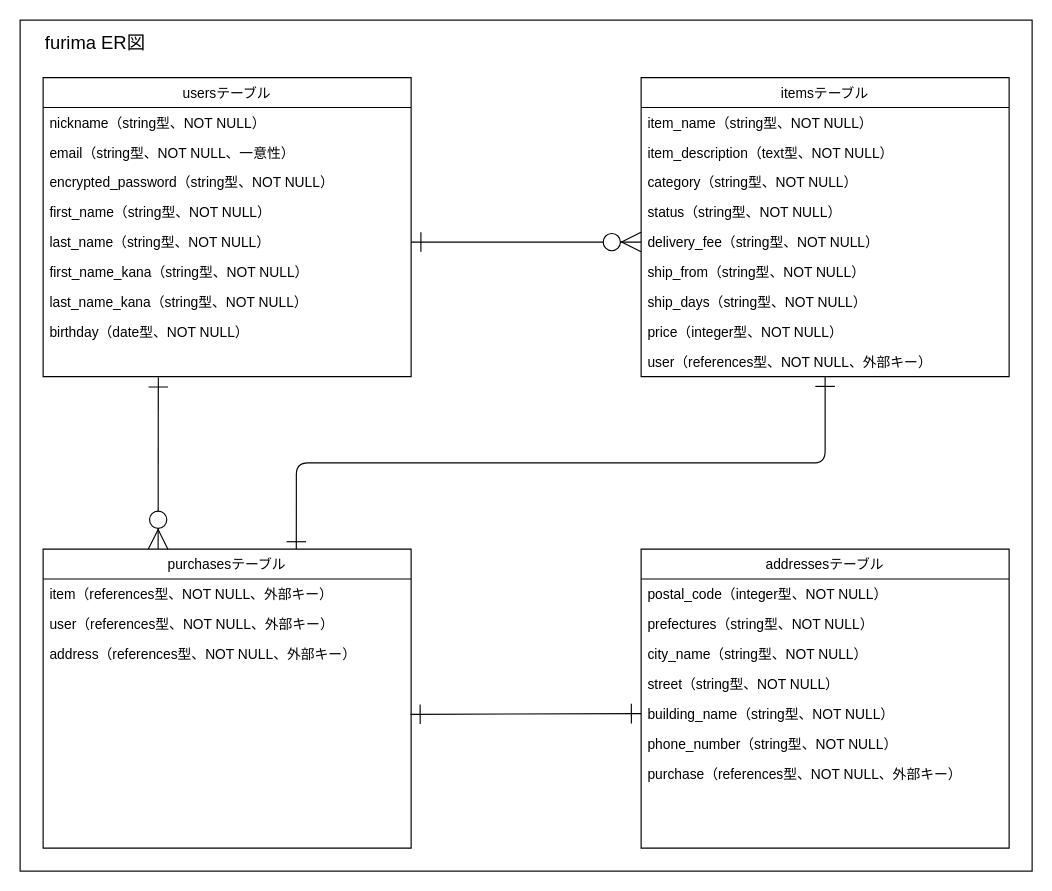
kazukiwada01/furima-37032 keeps this draw.io diagram as ER.drawio. Above is the earlier version. Source tidied: cells renumbered, new cells numbered last; positions are measured from the earlier drawing's top-left corner, leaving out a move shared by most shapes. Both pictures are drawn from the tidied source at 115%, with x=0, y=0 at pixel (20, 20).
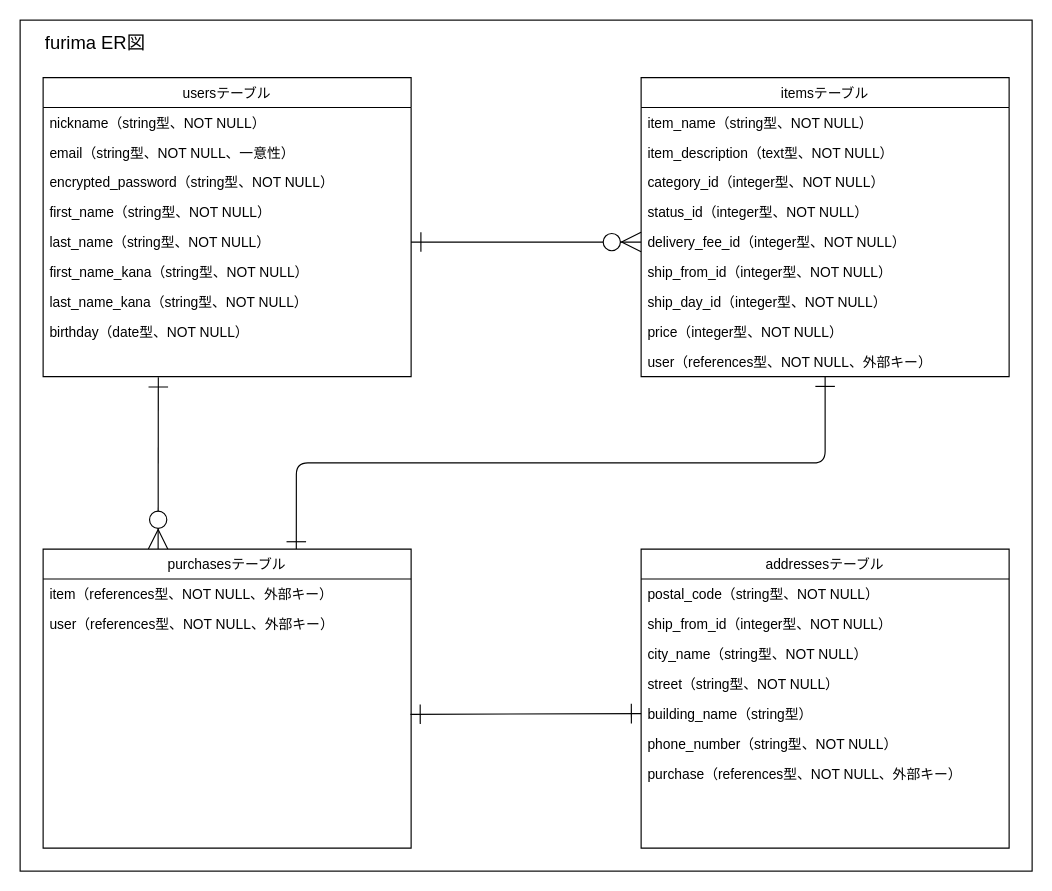
The same diagram, later.

Commit message (it also covers changes not shown here):
データベース設計の修正1

Unchanged cells that the change refers to:
```xml
<mxCell id="4" value="itemsテーブル" style="swimlane;fontStyle=0;horizontal=1;startSize=26;fontSize=12;fillColor=#FFFFFF;fontColor=#000000;strokeColor=#000000;" parent="1" vertex="1">
  <mxGeometry x="540" y="50" width="320" height="260" as="geometry" />
</mxCell>
<mxCell id="25" value="purchasesテーブル" style="swimlane;fontStyle=0;horizontal=1;startSize=26;fontSize=12;fillColor=#FFFFFF;fontColor=#000000;strokeColor=#000000;" parent="1" vertex="1">
  <mxGeometry x="20" y="460" width="320" height="260" as="geometry" />
</mxCell>
<mxCell id="29" value="addressesテーブル" style="swimlane;fontStyle=0;horizontal=1;startSize=26;fontSize=12;fillColor=#FFFFFF;fontColor=#000000;strokeColor=#000000;" parent="1" vertex="1">
  <mxGeometry x="540" y="460" width="320" height="260" as="geometry" />
</mxCell>
```

What changed in the source:
```diff
@@
-    <mxCell id="7" value="category（string型、NOT NULL）" style="text;strokeColor=none;fillColor=none;align=left;verticalAlign=top;spacingLeft=4;spacingRight=4;overflow=hidden;fontColor=#000000;" parent="4" vertex="1">
+    <mxCell id="7" value="category_id（integer型、NOT NULL）" style="text;strokeColor=none;fillColor=none;align=left;verticalAlign=top;spacingLeft=4;spacingRight=4;overflow=hidden;fontColor=#000000;" parent="4" vertex="1">
       <mxGeometry y="78" width="320" height="26" as="geometry" />
     </mxCell>
-    <mxCell id="8" value="status（string型、NOT NULL）" style="text;strokeColor=none;fillColor=none;align=left;verticalAlign=top;spacingLeft=4;spacingRight=4;overflow=hidden;fontColor=#000000;" parent="4" vertex="1">
+    <mxCell id="8" value="status_id（integer型、NOT NULL）" style="text;strokeColor=none;fillColor=none;align=left;verticalAlign=top;spacingLeft=4;spacingRight=4;overflow=hidden;fontColor=#000000;" parent="4" vertex="1">
       <mxGeometry y="104" width="320" height="26" as="geometry" />
     </mxCell>
-    <mxCell id="9" value="delivery_fee（string型、NOT NULL）" style="text;strokeColor=none;fillColor=none;align=left;verticalAlign=top;spacingLeft=4;spacingRight=4;overflow=hidden;points=[[0,0.5],[1,0.5]];portConstraint=eastwest;fontColor=#000000;" parent="4" vertex="1">
+    <mxCell id="9" value="delivery_fee_id（integer型、NOT NULL）" style="text;strokeColor=none;fillColor=none;align=left;verticalAlign=top;spacingLeft=4;spacingRight=4;overflow=hidden;points=[[0,0.5],[1,0.5]];portConstraint=eastwest;fontColor=#000000;" parent="4" vertex="1">
       <mxGeometry y="130" width="320" height="26" as="geometry" />
     </mxCell>
-    <mxCell id="10" value="ship_from（string型、NOT NULL）" style="text;strokeColor=none;fillColor=none;align=left;verticalAlign=top;spacingLeft=4;spacingRight=4;overflow=hidden;fontColor=#000000;" parent="4" vertex="1">
+    <mxCell id="10" value="ship_from_id（integer型、NOT NULL）" style="text;strokeColor=none;fillColor=none;align=left;verticalAlign=top;spacingLeft=4;spacingRight=4;overflow=hidden;fontColor=#000000;" parent="4" vertex="1">
       <mxGeometry y="156" width="320" height="26" as="geometry" />
     </mxCell>
-    <mxCell id="11" value="ship_days（string型、NOT NULL）" style="text;strokeColor=none;fillColor=none;align=left;verticalAlign=top;spacingLeft=4;spacingRight=4;overflow=hidden;fontColor=#000000;" parent="4" vertex="1">
+    <mxCell id="11" value="ship_day_id（integer型、NOT NULL）" style="text;strokeColor=none;fillColor=none;align=left;verticalAlign=top;spacingLeft=4;spacingRight=4;overflow=hidden;fontColor=#000000;" parent="4" vertex="1">
       <mxGeometry y="182" width="320" height="26" as="geometry" />
     </mxCell>
@@
     <mxCell id="27" value="user（references型、NOT NULL、外部キー）" style="text;strokeColor=none;fillColor=none;align=left;verticalAlign=top;spacingLeft=4;spacingRight=4;overflow=hidden;fontColor=#000000;" parent="25" vertex="1">
-      <mxGeometry y="52" width="320" height="26" as="geometry" />
+      <mxGeometry y="52" width="320" height="208" as="geometry" />
     </mxCell>
-    <mxCell id="28" value="address（references型、NOT NULL、外部キー）" style="text;strokeColor=none;fillColor=none;align=left;verticalAlign=top;spacingLeft=4;spacingRight=4;overflow=hidden;points=[[0,0.5],[1,0.5]];portConstraint=eastwest;fontColor=#000000;" parent="25" vertex="1">
-      <mxGeometry y="78" width="320" height="182" as="geometry" />
-    </mxCell>
@@
-    <mxCell id="30" value="postal_code（integer型、NOT NULL）" style="text;strokeColor=none;fillColor=none;align=left;verticalAlign=top;spacingLeft=4;spacingRight=4;overflow=hidden;fontColor=#000000;" parent="29" vertex="1">
+    <mxCell id="30" value="postal_code（string型、NOT NULL）" style="text;strokeColor=none;fillColor=none;align=left;verticalAlign=top;spacingLeft=4;spacingRight=4;overflow=hidden;fontColor=#000000;" parent="29" vertex="1">
       <mxGeometry y="26" width="320" height="26" as="geometry" />
     </mxCell>
-    <mxCell id="31" value="prefectures（string型、NOT NULL）" style="text;strokeColor=none;fillColor=none;align=left;verticalAlign=top;spacingLeft=4;spacingRight=4;overflow=hidden;fontColor=#000000;" parent="29" vertex="1">
+    <mxCell id="31" value="ship_from_id（integer型、NOT NULL）" style="text;strokeColor=none;fillColor=none;align=left;verticalAlign=top;spacingLeft=4;spacingRight=4;overflow=hidden;fontColor=#000000;" parent="29" vertex="1">
       <mxGeometry y="52" width="320" height="26" as="geometry" />
     </mxCell>
@@
-    <mxCell id="34" value="building_name（string型、NOT NULL）" style="text;strokeColor=none;fillColor=none;align=left;verticalAlign=top;spacingLeft=4;spacingRight=4;overflow=hidden;points=[[0,0.5],[1,0.5]];portConstraint=eastwest;fontColor=#000000;" parent="29" vertex="1">
+    <mxCell id="34" value="building_name（string型）" style="text;strokeColor=none;fillColor=none;align=left;verticalAlign=top;spacingLeft=4;spacingRight=4;overflow=hidden;points=[[0,0.5],[1,0.5]];portConstraint=eastwest;fontColor=#000000;" parent="29" vertex="1">
       <mxGeometry y="130" width="320" height="26" as="geometry" />
     </mxCell>
@@
-    <mxCell id="38" style="edgeStyle=none;html=1;exitX=0;exitY=0.5;exitDx=0;exitDy=0;entryX=0.998;entryY=0.361;entryDx=0;entryDy=0;entryPerimeter=0;fontSize=12;fontColor=#000000;startArrow=ERone;startFill=0;endArrow=ERone;endFill=0;startSize=15;endSize=15;strokeColor=#000000;" parent="1" edge="1" source="34" target="28">
-      <mxGeometry relative="1" as="geometry" />
+    <mxCell id="38" style="edgeStyle=none;html=1;exitX=0;exitY=0.5;exitDx=0;exitDy=0;entryX=0.998;entryY=0.361;entryDx=0;entryDy=0;entryPerimeter=0;fontSize=12;fontColor=#000000;startArrow=ERone;startFill=0;endArrow=ERone;endFill=0;startSize=15;endSize=15;strokeColor=#000000;" parent="1" edge="1" source="34">
+      <mxGeometry relative="1" as="geometry">
+        <mxPoint x="339.4" y="603.7" as="targetPoint" />
+      </mxGeometry>
     </mxCell>
```
